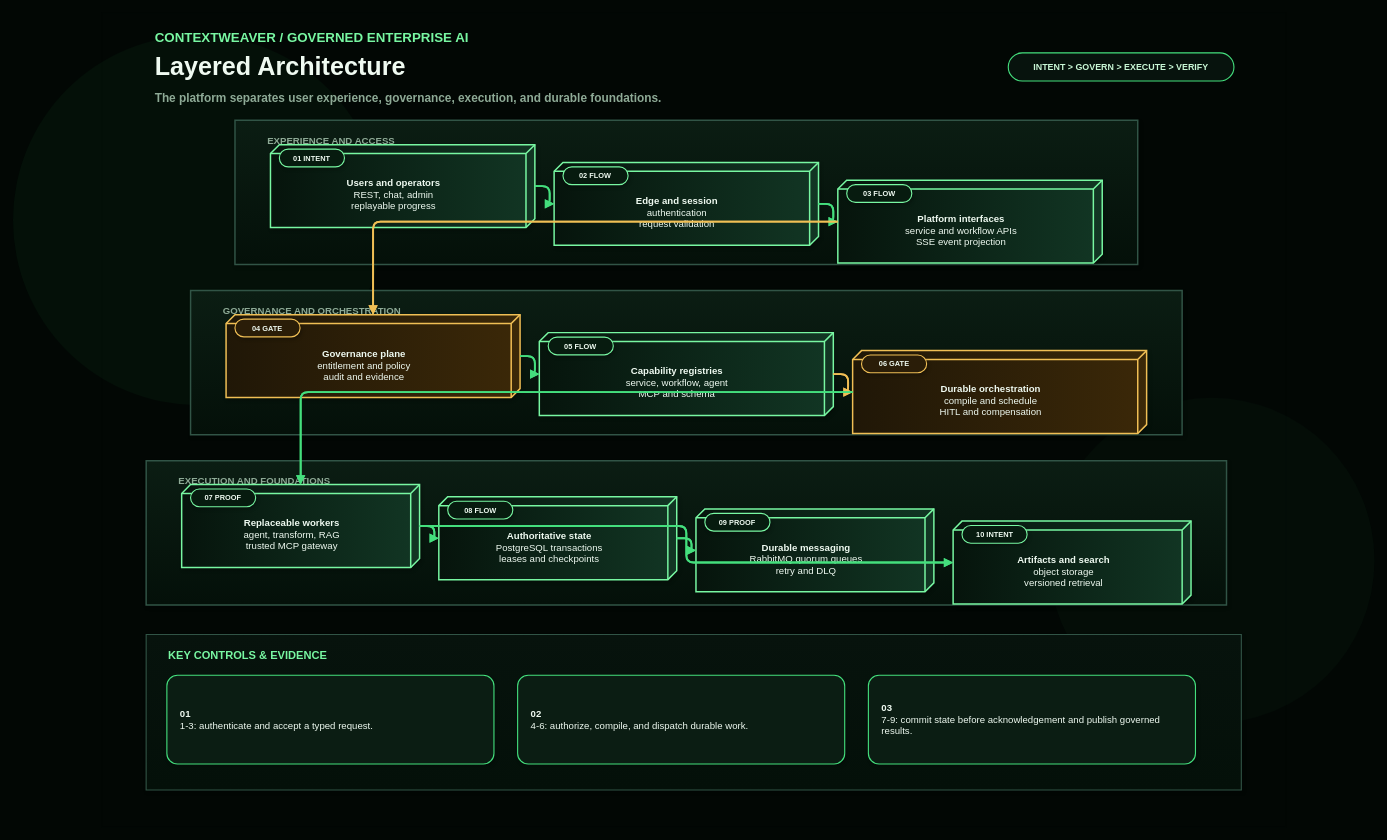
Earlier version of the draw.io diagram page "Layered Architecture" (1 of 19) of diagrams/contextweaver-nextgen-atlas-source.drawio (brainzbytes/contextweaver-public-site). Source tidied: cells renumbered, new cells numbered last; positions are measured from the earlier drawing's top-left corner, leaving out a move shared by most shapes. Both pictures are drawn from the tidied source at 74%, with x=0, y=0 at pixel (13, 13).
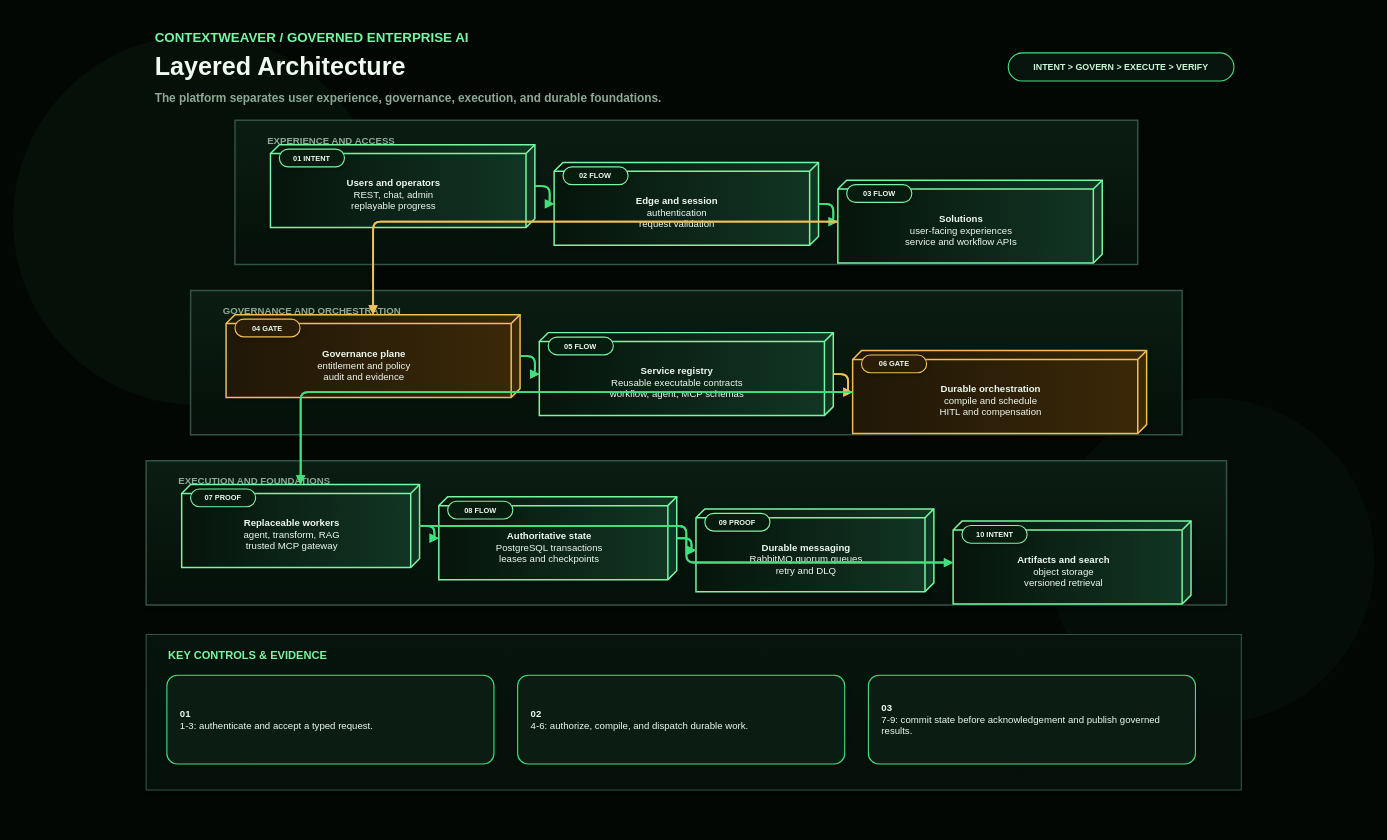
The same diagram, later.

The change refers to these unchanged cells:
```xml
<mxCell id="9" value="EXPERIENCE AND ACCESS" style="shape=parallelogram;perimeter=parallelogramPerimeter;fixedSize=1;size=0.055;whiteSpace=wrap;html=1;fillColor=#0b1d13;gradientColor=#041009;gradientDirection=south;strokeColor=#315446;strokeWidth=2;fontColor=#8eaa96;fontSize=13;fontStyle=1;align=left;verticalAlign=top;spacingLeft=42;spacingTop=13;shadow=1;" parent="1" vertex="1">
  <mxGeometry x="300" y="145" width="1220" height="195" as="geometry" />
</mxCell>
<mxCell id="10" value="GOVERNANCE AND ORCHESTRATION" style="shape=parallelogram;perimeter=parallelogramPerimeter;fixedSize=1;size=0.055;whiteSpace=wrap;html=1;fillColor=#0b1d13;gradientColor=#041009;gradientDirection=south;strokeColor=#315446;strokeWidth=2;fontColor=#8eaa96;fontSize=13;fontStyle=1;align=left;verticalAlign=top;spacingLeft=42;spacingTop=13;shadow=1;" parent="1" vertex="1">
  <mxGeometry x="240" y="375" width="1340" height="195" as="geometry" />
</mxCell>
```

Diff of the diagram source:
```diff
@@
     <mxCell id="2" style="rounded=0;fillColor=#020704;strokeColor=#020704;" parent="1" vertex="1">
-      <mxGeometry x="120" width="1600" height="1100" as="geometry" />
+      <mxGeometry x="120" width="1536" height="1024" as="geometry" />
     </mxCell>
@@
-    <mxCell id="16" value="&lt;b&gt;Platform interfaces&lt;/b&gt;&lt;br&gt;service and workflow APIs&lt;br&gt;SSE event projection" style="shape=cube;size=12;direction=south;boundedLbl=1;whiteSpace=wrap;html=1;fillColor=#06140c;gradientColor=#123624;gradientDirection=north;strokeColor=#78f7a2;strokeWidth=2;fontColor=#effaf1;fontSize=13;shadow=1;spacingTop=12;spacingRight=12;align=center;verticalAlign=middle;" parent="9" vertex="1">
+    <mxCell id="16" value="&lt;b&gt;Solutions&lt;/b&gt;&lt;br&gt;user-facing experiences&lt;br&gt;service and workflow APIs" style="shape=cube;size=12;direction=south;boundedLbl=1;whiteSpace=wrap;html=1;fillColor=#06140c;gradientColor=#123624;gradientDirection=north;strokeColor=#78f7a2;strokeWidth=2;fontColor=#effaf1;fontSize=13;shadow=1;spacingTop=12;spacingRight=12;align=center;verticalAlign=middle;" parent="9" vertex="1">
       <mxGeometry x="814.7" y="81" width="357.3" height="112" as="geometry" />
     </mxCell>
@@
-    <mxCell id="20" value="&lt;b&gt;Capability registries&lt;/b&gt;&lt;br&gt;service, workflow, agent&lt;br&gt;MCP and schema" style="shape=cube;size=12;direction=south;boundedLbl=1;whiteSpace=wrap;html=1;fillColor=#06140c;gradientColor=#123624;gradientDirection=north;strokeColor=#78f7a2;strokeWidth=2;fontColor=#effaf1;fontSize=13;shadow=1;spacingTop=12;spacingRight=12;align=center;verticalAlign=middle;" parent="10" vertex="1">
+    <mxCell id="20" value="&lt;b&gt;Service registry&lt;/b&gt;&lt;br&gt;Reusable executable contracts&lt;br&gt;workflow, agent, MCP schemas" style="shape=cube;size=12;direction=south;boundedLbl=1;whiteSpace=wrap;html=1;fillColor=#06140c;gradientColor=#123624;gradientDirection=north;strokeColor=#78f7a2;strokeWidth=2;fontColor=#effaf1;fontSize=13;shadow=1;spacingTop=12;spacingRight=12;align=center;verticalAlign=middle;" parent="10" vertex="1">
       <mxGeometry x="471.3" y="57" width="397.3" height="112" as="geometry" />
     </mxCell>
```
